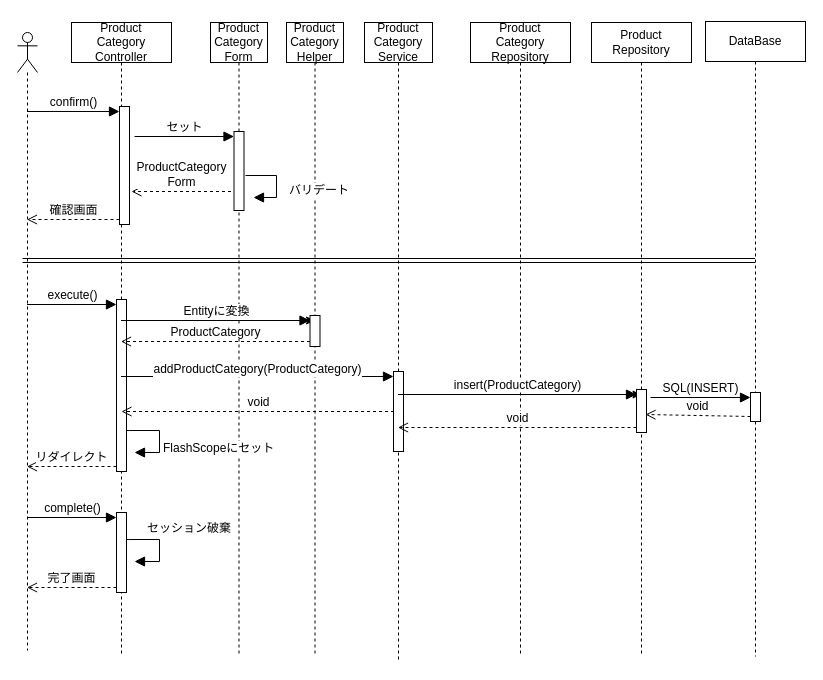
This is plan/uml/sequence/sequenceBP019~021.drawio from NstecEmp-013/team-dev-spring-boot-ec, a draw.io file, before an edit. Source tidied: cells renumbered, new cells numbered last; positions are measured from the earlier drawing's top-left corner, leaving out a move shared by most shapes. Both pictures are drawn from the tidied source at 100%, with x=0, y=0 at pixel (17, 21).
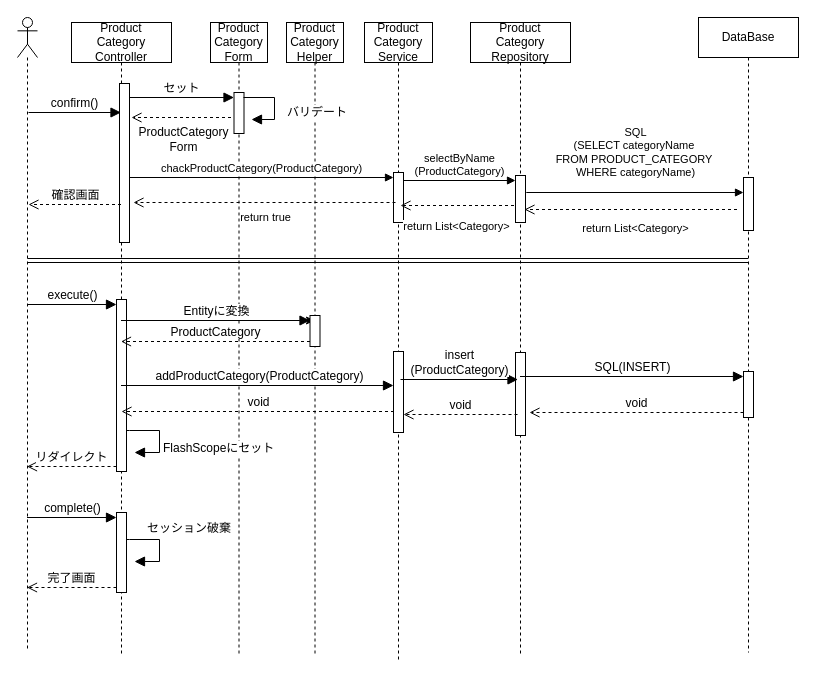
After the change.

Commit message:
UC014シークエンス図作成

The change refers to these unchanged cells:
```xml
<mxCell id="3" value="Product&lt;br&gt;Category&lt;br&gt;&lt;div&gt;Controller&lt;/div&gt;" style="shape=umlLifeline;perimeter=lifelinePerimeter;whiteSpace=wrap;html=1;outlineConnect=0;portConstraint=eastwest;newEdgeStyle={&quot;curved&quot;:0,&quot;rounded&quot;:0};" parent="1" vertex="1">
  <mxGeometry x="54" y="1" width="100" height="632" as="geometry" />
</mxCell>
<mxCell id="7" value="Product&lt;br&gt;Category&lt;br&gt;&lt;div&gt;Service&lt;/div&gt;" style="shape=umlLifeline;perimeter=lifelinePerimeter;whiteSpace=wrap;html=1;outlineConnect=0;portConstraint=eastwest;newEdgeStyle={&quot;curved&quot;:0,&quot;rounded&quot;:0};" parent="1" vertex="1">
  <mxGeometry x="347" y="1" width="68" height="640" as="geometry" />
</mxCell>
<mxCell id="9" value="Product&lt;div&gt;Category&lt;/div&gt;&lt;div&gt;Repository&lt;/div&gt;" style="shape=umlLifeline;perimeter=lifelinePerimeter;whiteSpace=wrap;html=1;outlineConnect=0;portConstraint=eastwest;newEdgeStyle={&quot;curved&quot;:0,&quot;rounded&quot;:0};" parent="1" vertex="1">
  <mxGeometry x="453" y="1" width="100" height="634" as="geometry" />
</mxCell>
<mxCell id="10" value="Product&lt;br&gt;Category&lt;br&gt;&lt;div&gt;Form&lt;/div&gt;" style="shape=umlLifeline;perimeter=lifelinePerimeter;whiteSpace=wrap;html=1;newEdgeStyle={&quot;curved&quot;:0,&quot;rounded&quot;:0};" parent="1" vertex="1">
  <mxGeometry x="193" y="1" width="57" height="632" as="geometry" />
</mxCell>
```

The edit, as a diff of the source:
```diff
@@
     <mxCell id="2" style="shape=umlLifeline;perimeter=lifelinePerimeter;whiteSpace=wrap;html=1;outlineConnect=0;portConstraint=eastwest;newEdgeStyle={&quot;curved&quot;:0,&quot;rounded&quot;:0};participant=umlActor;" parent="1" vertex="1">
-      <mxGeometry y="11" width="20" height="618" as="geometry" />
+      <mxGeometry y="-4" width="20" height="633" as="geometry" />
     </mxCell>
@@
     <mxCell id="4" style="html=1;points=[[0,0,0,0,5],[0,1,0,0,-5],[1,0,0,0,5],[1,1,0,0,-5]];perimeter=orthogonalPerimeter;outlineConnect=0;targetShapes=umlLifeline;portConstraint=eastwest;newEdgeStyle={&quot;curved&quot;:0,&quot;rounded&quot;:0};" parent="3" vertex="1">
-      <mxGeometry x="48" y="84" width="10" height="118" as="geometry" />
+      <mxGeometry x="48" y="61" width="10" height="159" as="geometry" />
     </mxCell>
@@
     <mxCell id="8" style="html=1;points=[[0,0,0,0,5],[0,1,0,0,-5],[1,0,0,0,5],[1,1,0,0,-5]];perimeter=orthogonalPerimeter;outlineConnect=0;targetShapes=umlLifeline;portConstraint=eastwest;newEdgeStyle={&quot;curved&quot;:0,&quot;rounded&quot;:0};" parent="7" vertex="1">
-      <mxGeometry x="29" y="349" width="10" height="80" as="geometry" />
+      <mxGeometry x="29" y="329" width="10" height="81" as="geometry" />
     </mxCell>
+    <mxCell id="41" style="html=1;points=[[0,0,0,0,5],[0,1,0,0,-5],[1,0,0,0,5],[1,1,0,0,-5]];perimeter=orthogonalPerimeter;outlineConnect=0;targetShapes=umlLifeline;portConstraint=eastwest;newEdgeStyle={&quot;curved&quot;:0,&quot;rounded&quot;:0};" parent="7" vertex="1">
+      <mxGeometry x="29" y="150" width="10" height="50" as="geometry" />
+    </mxCell>
@@
+    <mxCell id="42" style="html=1;points=[[0,0,0,0,5],[0,1,0,0,-5],[1,0,0,0,5],[1,1,0,0,-5]];perimeter=orthogonalPerimeter;outlineConnect=0;targetShapes=umlLifeline;portConstraint=eastwest;newEdgeStyle={&quot;curved&quot;:0,&quot;rounded&quot;:0};" parent="9" vertex="1">
+      <mxGeometry x="45" y="153" width="10" height="47" as="geometry" />
+    </mxCell>
+    <mxCell id="17" style="html=1;points=[[0,0,0,0,5],[0,1,0,0,-5],[1,0,0,0,5],[1,1,0,0,-5]];perimeter=orthogonalPerimeter;outlineConnect=0;targetShapes=umlLifeline;portConstraint=eastwest;newEdgeStyle={&quot;curved&quot;:0,&quot;rounded&quot;:0};" parent="9" vertex="1">
+      <mxGeometry x="45" y="330" width="10" height="83" as="geometry" />
+    </mxCell>
@@
     <mxCell id="11" style="html=1;points=[[0,0,0,0,5],[0,1,0,0,-5],[1,0,0,0,5],[1,1,0,0,-5]];perimeter=orthogonalPerimeter;outlineConnect=0;targetShapes=umlLifeline;portConstraint=eastwest;newEdgeStyle={&quot;curved&quot;:0,&quot;rounded&quot;:0};" parent="10" vertex="1">
-      <mxGeometry x="23.5" y="109" width="10" height="79" as="geometry" />
+      <mxGeometry x="23.5" y="70" width="10" height="41" as="geometry" />
     </mxCell>
@@
-    <mxCell id="15" value="Product&lt;div&gt;Repository&lt;/div&gt;" style="shape=umlLifeline;perimeter=lifelinePerimeter;whiteSpace=wrap;html=1;outlineConnect=0;portConstraint=eastwest;newEdgeStyle={&quot;curved&quot;:0,&quot;rounded&quot;:0};" parent="1" vertex="1">
-      <mxGeometry x="574" y="1" width="100" height="633" as="geometry" />
-    </mxCell>
-    <mxCell id="16" style="edgeStyle=none;html=1;curved=0;rounded=0;exitX=0;exitY=0;exitDx=0;exitDy=5;exitPerimeter=0;" parent="15" edge="1" source="17" target="15">
-      <mxGeometry relative="1" as="geometry" />
-    </mxCell>
-    <mxCell id="17" style="html=1;points=[[0,0,0,0,5],[0,1,0,0,-5],[1,0,0,0,5],[1,1,0,0,-5]];perimeter=orthogonalPerimeter;outlineConnect=0;targetShapes=umlLifeline;portConstraint=eastwest;newEdgeStyle={&quot;curved&quot;:0,&quot;rounded&quot;:0};" parent="15" vertex="1">
-      <mxGeometry x="45" y="367" width="10" height="43" as="geometry" />
-    </mxCell>
     <mxCell id="18" value="DataBase" style="shape=umlLifeline;perimeter=lifelinePerimeter;whiteSpace=wrap;html=1;outlineConnect=0;portConstraint=eastwest;newEdgeStyle={&quot;curved&quot;:0,&quot;rounded&quot;:0};" parent="1" vertex="1">
-      <mxGeometry x="688" width="100" height="635" as="geometry" />
+      <mxGeometry x="681" y="-4" width="100" height="635" as="geometry" />
     </mxCell>
     <mxCell id="19" style="html=1;points=[[0,0,0,0,5],[0,1,0,0,-5],[1,0,0,0,5],[1,1,0,0,-5]];perimeter=orthogonalPerimeter;outlineConnect=0;targetShapes=umlLifeline;portConstraint=eastwest;newEdgeStyle={&quot;curved&quot;:0,&quot;rounded&quot;:0};" parent="18" vertex="1">
-      <mxGeometry x="45" y="371" width="10" height="29" as="geometry" />
+      <mxGeometry x="45" y="354" width="10" height="46" as="geometry" />
     </mxCell>
+    <mxCell id="43" style="html=1;points=[[0,0,0,0,5],[0,1,0,0,-5],[1,0,0,0,5],[1,1,0,0,-5]];perimeter=orthogonalPerimeter;outlineConnect=0;targetShapes=umlLifeline;portConstraint=eastwest;newEdgeStyle={&quot;curved&quot;:0,&quot;rounded&quot;:0};" parent="18" vertex="1">
+      <mxGeometry x="45" y="160" width="10" height="53" as="geometry" />
+    </mxCell>
-    <mxCell id="20" value="confirm()" style="html=1;verticalAlign=bottom;endArrow=block;curved=0;rounded=0;entryX=0;entryY=0;entryDx=0;entryDy=5;fontSize=12;startSize=8;endSize=8;" parent="1" edge="1" source="2" target="4">
-      <mxGeometry relative="1" as="geometry" />
+    <mxCell id="20" value="confirm()" style="html=1;verticalAlign=bottom;endArrow=block;curved=0;rounded=0;entryX=0;entryY=0;entryDx=0;entryDy=5;fontSize=12;startSize=8;endSize=8;" parent="1" edge="1">
+      <mxGeometry relative="1" as="geometry">
+        <mxPoint x="11" y="91" as="sourcePoint" />
+        <mxPoint x="103.5" y="91" as="targetPoint" />
+      </mxGeometry>
     </mxCell>
-    <mxCell id="21" value="確認画面" style="html=1;verticalAlign=bottom;endArrow=open;dashed=1;endSize=8;curved=0;rounded=0;exitX=0;exitY=1;exitDx=0;exitDy=-5;fontSize=12;" parent="1" edge="1" source="4" target="2">
-      <mxGeometry relative="1" as="geometry" />
+    <mxCell id="21" value="確認画面" style="html=1;verticalAlign=bottom;endArrow=open;dashed=1;endSize=8;curved=0;rounded=0;exitX=0;exitY=1;exitDx=0;exitDy=-5;fontSize=12;" parent="1" edge="1">
+      <mxGeometry relative="1" as="geometry">
+        <mxPoint x="103.5" y="183" as="sourcePoint" />
+        <mxPoint x="11" y="183" as="targetPoint" />
+      </mxGeometry>
     </mxCell>
     <mxCell id="22" value="ProductCategory&lt;div&gt;Form&lt;/div&gt;" style="html=1;verticalAlign=bottom;endArrow=open;dashed=1;endSize=8;curved=0;rounded=0;exitX=0;exitY=1;exitDx=0;exitDy=-5;fontSize=12;" parent="1" edge="1">
-      <mxGeometry relative="1" as="geometry">
-        <mxPoint x="213.5" y="170" as="sourcePoint" />
-        <mxPoint x="114" y="170" as="targetPoint" />
+      <mxGeometry x="-0.01" y="39" relative="1" as="geometry">
+        <mxPoint x="213.5" y="96" as="sourcePoint" />
+        <mxPoint x="114" y="96" as="targetPoint" />
+        <mxPoint x="1" as="offset" />
       </mxGeometry>
     </mxCell>
-    <mxCell id="23" value="セット" style="html=1;verticalAlign=bottom;endArrow=block;curved=0;rounded=0;entryX=0;entryY=0;entryDx=0;entryDy=5;fontSize=12;startSize=8;endSize=8;" parent="1" edge="1" target="11">
-      <mxGeometry relative="1" as="geometry">
-        <mxPoint x="117" y="115" as="sourcePoint" />
-      </mxGeometry>
+    <mxCell id="23" value="セット" style="html=1;verticalAlign=bottom;endArrow=block;curved=0;rounded=0;entryX=0;entryY=0;entryDx=0;entryDy=5;fontSize=12;startSize=8;endSize=8;" parent="1" edge="1" source="4" target="11">
+      <mxGeometry relative="1" as="geometry" />
     </mxCell>
     <mxCell id="24" value="バリデート" style="html=1;align=left;spacingLeft=2;endArrow=block;rounded=0;edgeStyle=orthogonalEdgeStyle;curved=0;rounded=0;fontSize=12;startSize=8;endSize=8;" parent="1" edge="1">
       <mxGeometry x="0.21" y="9" relative="1" as="geometry">
-        <mxPoint x="228" y="154" as="sourcePoint" />
-        <mxPoint x="236" y="176" as="targetPoint" />
+        <mxPoint x="226" y="76" as="sourcePoint" />
+        <mxPoint x="234" y="98" as="targetPoint" />
         <Array as="points">
-          <mxPoint x="259" y="154" />
-          <mxPoint x="259" y="176" />
+          <mxPoint x="257" y="76" />
+          <mxPoint x="257" y="98" />
         </Array>
       </mxGeometry>
     </mxCell>
     <mxCell id="25" style="shape=link;html=1;rounded=0;fontSize=12;startSize=8;endSize=8;curved=1;" parent="1" edge="1" target="18">
       <mxGeometry relative="1" as="geometry">
-        <mxPoint x="5" y="239" as="sourcePoint" />
+        <mxPoint x="10" y="239" as="sourcePoint" />
       </mxGeometry>
     </mxCell>
@@
-    <mxCell id="30" value="&lt;br&gt;&lt;div&gt;&lt;br&gt;&lt;/div&gt;" style="html=1;verticalAlign=bottom;endArrow=block;curved=0;rounded=0;entryX=0;entryY=0;entryDx=0;entryDy=5;fontSize=12;startSize=8;endSize=8;" parent="1" edge="1" source="3" target="8">
-      <mxGeometry relative="1" as="geometry" />
+    <mxCell id="30" value="&lt;br&gt;&lt;div&gt;&lt;br&gt;&lt;/div&gt;" style="html=1;verticalAlign=bottom;endArrow=block;curved=0;rounded=0;entryX=0;entryY=0;entryDx=0;entryDy=5;fontSize=12;startSize=8;endSize=8;" parent="1" edge="1">
+      <mxGeometry relative="1" as="geometry">
+        <mxPoint x="103.5" y="364" as="sourcePoint" />
+        <mxPoint x="376" y="364" as="targetPoint" />
+      </mxGeometry>
     </mxCell>
     <mxCell id="31" value="addProductCategory(ProductCategory)" style="edgeLabel;html=1;align=center;verticalAlign=middle;fontSize=12;" parent="30" vertex="1">
-      <mxGeometry y="8" relative="1" as="geometry" />
+      <mxGeometry y="8" relative="1" as="geometry">
+        <mxPoint x="2" y="-2" as="offset" />
+      </mxGeometry>
     </mxCell>
@@
-    <mxCell id="36" value="insert(ProductCategory)" style="html=1;verticalAlign=bottom;endArrow=block;curved=0;rounded=0;entryX=0;entryY=0;entryDx=0;entryDy=5;fontSize=12;startSize=8;endSize=8;" parent="1" edge="1" source="7" target="17">
-      <mxGeometry relative="1" as="geometry" />
+    <mxCell id="36" value="insert&lt;div&gt;(ProductCategory)&lt;/div&gt;" style="html=1;verticalAlign=bottom;endArrow=block;curved=0;rounded=0;entryX=0;entryY=0;entryDx=0;entryDy=5;fontSize=12;startSize=8;endSize=8;" parent="1" edge="1">
+      <mxGeometry relative="1" as="geometry">
+        <mxPoint x="383" y="358" as="sourcePoint" />
+        <mxPoint x="500.5" y="358" as="targetPoint" />
+      </mxGeometry>
     </mxCell>
-    <mxCell id="37" value="void" style="html=1;verticalAlign=bottom;endArrow=open;dashed=1;endSize=8;curved=0;rounded=0;exitX=0;exitY=1;exitDx=0;exitDy=-5;fontSize=12;" parent="1" edge="1" source="17" target="7">
-      <mxGeometry relative="1" as="geometry" />
+    <mxCell id="37" value="void" style="html=1;verticalAlign=bottom;endArrow=open;dashed=1;endSize=8;curved=0;rounded=0;fontSize=12;" parent="1" edge="1" target="8">
+      <mxGeometry relative="1" as="geometry">
+        <mxPoint x="500" y="393" as="sourcePoint" />
+      </mxGeometry>
     </mxCell>
     <mxCell id="38" value="void" style="html=1;verticalAlign=bottom;endArrow=open;dashed=1;endSize=8;curved=0;rounded=0;exitX=0;exitY=1;exitDx=0;exitDy=-5;fontSize=12;" parent="1" edge="1" source="19">
       <mxGeometry relative="1" as="geometry">
-        <mxPoint x="628" y="393" as="targetPoint" />
+        <mxPoint x="512" y="391" as="targetPoint" />
       </mxGeometry>
     </mxCell>
-    <mxCell id="39" value="SQL(INSERT)" style="html=1;verticalAlign=bottom;endArrow=block;curved=0;rounded=0;entryX=0;entryY=0;entryDx=0;entryDy=5;fontSize=12;startSize=8;endSize=8;" parent="1" edge="1" target="19">
-      <mxGeometry relative="1" as="geometry">
-        <mxPoint x="633" y="376" as="sourcePoint" />
-      </mxGeometry>
+    <mxCell id="39" value="SQL(INSERT)" style="html=1;verticalAlign=bottom;endArrow=block;curved=0;rounded=0;entryX=0;entryY=0;entryDx=0;entryDy=5;fontSize=12;startSize=8;endSize=8;" parent="1" edge="1" source="9" target="19">
+      <mxGeometry relative="1" as="geometry" />
     </mxCell>
@@
+    <mxCell id="44" value="chackProductCategory(ProductCategory)" style="html=1;verticalAlign=bottom;endArrow=block;curved=0;rounded=0;entryX=0;entryY=0;entryDx=0;entryDy=5;" parent="1" edge="1" source="4" target="41">
+      <mxGeometry relative="1" as="geometry" />
+    </mxCell>
+    <mxCell id="45" value="return true" style="html=1;verticalAlign=bottom;endArrow=open;dashed=1;endSize=8;curved=0;rounded=0;exitX=0;exitY=1;exitDx=0;exitDy=-5;" parent="1" edge="1">
+      <mxGeometry x="-0.01" y="24" relative="1" as="geometry">
+        <mxPoint x="378" y="181" as="sourcePoint" />
+        <mxPoint x="116" y="181" as="targetPoint" />
+      </mxGeometry>
+    </mxCell>
+    <mxCell id="46" value="selectByName&lt;div&gt;(ProductCategory)&lt;/div&gt;" style="html=1;verticalAlign=bottom;endArrow=block;curved=0;rounded=0;entryX=0;entryY=0;entryDx=0;entryDy=5;" parent="1" edge="1" source="41" target="42">
+      <mxGeometry relative="1" as="geometry" />
+    </mxCell>
+    <mxCell id="47" value="return List&amp;lt;Category&amp;gt;" style="html=1;verticalAlign=bottom;endArrow=open;dashed=1;endSize=8;curved=0;rounded=0;exitX=0;exitY=1;exitDx=0;exitDy=-5;" parent="1" edge="1">
+      <mxGeometry x="0.02" y="30" relative="1" as="geometry">
+        <mxPoint x="496.5" y="184" as="sourcePoint" />
+        <mxPoint x="383" y="184" as="targetPoint" />
+      </mxGeometry>
+    </mxCell>
+    <mxCell id="48" value="return List&amp;lt;Category&amp;gt;" style="html=1;verticalAlign=bottom;endArrow=open;dashed=1;endSize=8;curved=0;rounded=0;exitX=0;exitY=1;exitDx=0;exitDy=-5;" parent="1" edge="1">
+      <mxGeometry x="-0.04" y="28" relative="1" as="geometry">
+        <mxPoint x="719.5" y="188" as="sourcePoint" />
+        <mxPoint x="507" y="188" as="targetPoint" />
+      </mxGeometry>
+    </mxCell>
+    <mxCell id="49" value="SQL&lt;div&gt;(SELECT categoryName&amp;nbsp;&lt;/div&gt;&lt;div&gt;FROM PRODUCT_CATEGORY&amp;nbsp;&lt;/div&gt;&lt;div&gt;WHERE categoryName)&lt;/div&gt;" style="html=1;verticalAlign=bottom;endArrow=block;curved=0;rounded=0;" parent="1" edge="1" target="43">
+      <mxGeometry y="11" relative="1" as="geometry">
+        <mxPoint x="508.8" y="171" as="sourcePoint" />
+      </mxGeometry>
+    </mxCell>
```
